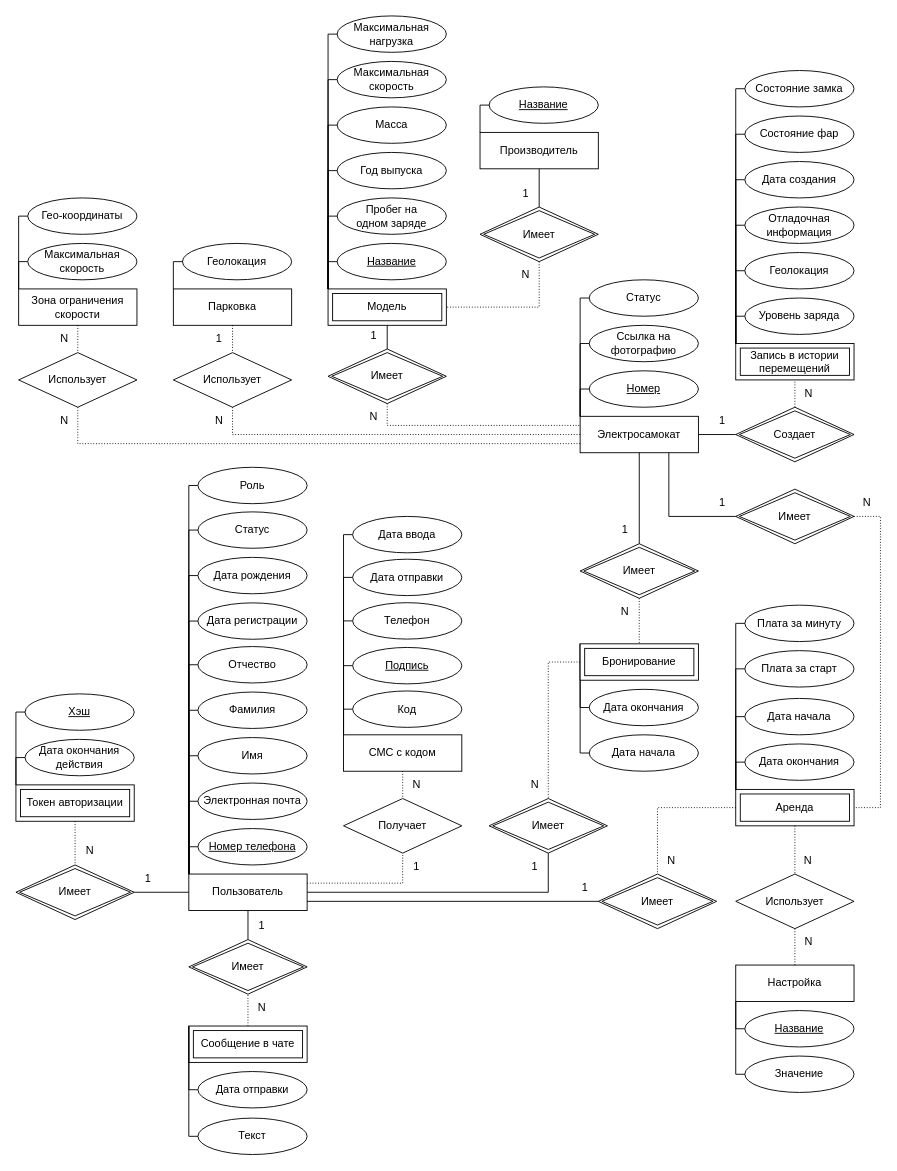
Before: docs/inc/img/er.drawio in matveycodes/bmstu-db-cw, a draw.io diagram. Source tidied: cells renumbered, new cells numbered last; positions are measured from the earlier drawing's top-left corner, leaving out a move shared by most shapes. Both pictures are drawn from the tidied source at 91%, with x=0, y=0 at pixel (15, 15).
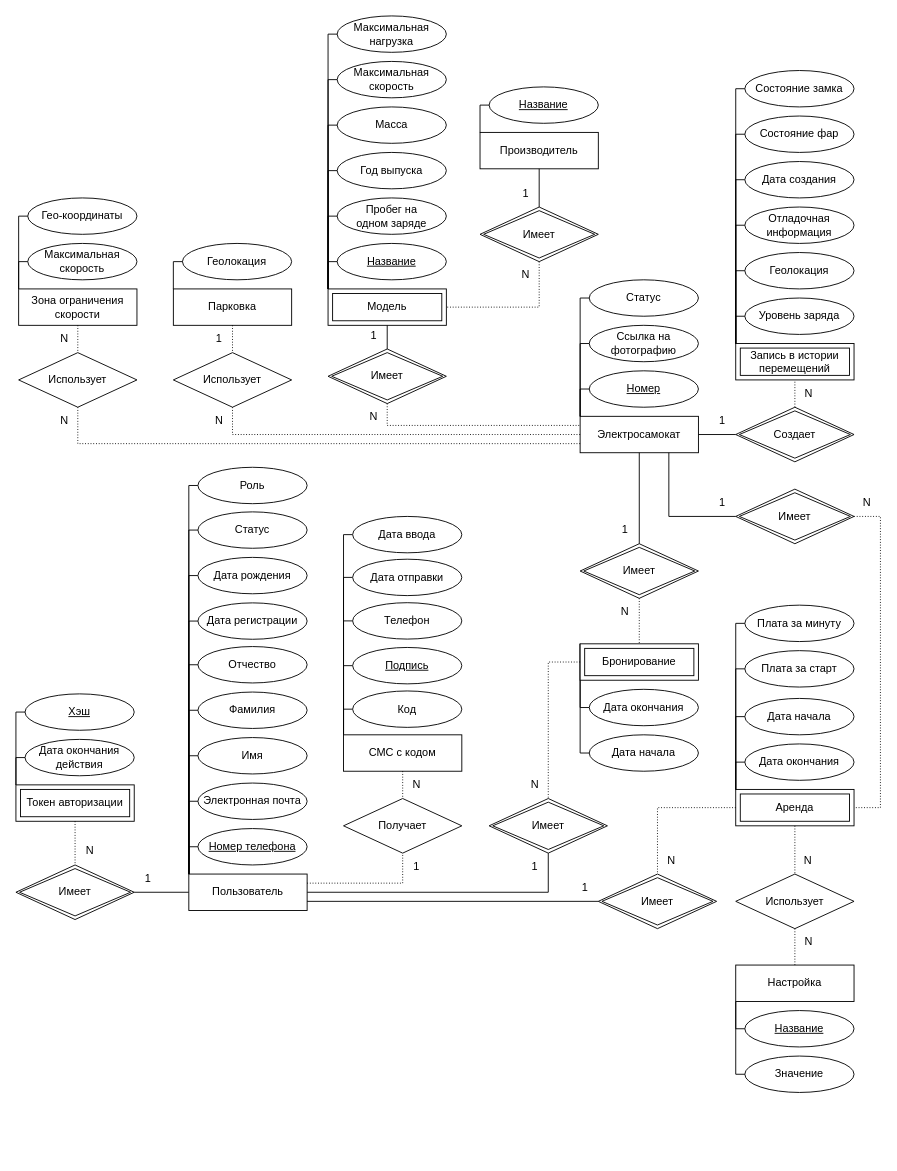
Above is the later version.

Unchanged cells that the change refers to:
```xml
<mxCell id="119" value="Пользователь" style="rounded=0;whiteSpace=wrap;html=1;fontSize=12;" parent="1" vertex="1">
  <mxGeometry x="190" y="943" width="130" height="40" as="geometry" />
</mxCell>
```

Diff of the diagram source:
```diff
@@
-    <mxCell id="107" style="endArrow=none;html=1;rounded=0;dashed=1;dashPattern=1 2;entryX=0.5;entryY=1;entryDx=0;entryDy=0;exitX=0.5;exitY=0;exitDx=0;exitDy=0;fontSize=12;" parent="1" edge="1" source="142" target="153">
-      <mxGeometry relative="1" as="geometry" />
-    </mxCell>
-    <mxCell id="108" style="endArrow=none;html=1;rounded=0;exitX=0.5;exitY=1;exitDx=0;exitDy=0;entryX=0.5;entryY=0;entryDx=0;entryDy=0;fontSize=12;" parent="1" edge="1" source="119" target="153">
-      <mxGeometry relative="1" as="geometry" />
-    </mxCell>
@@
-    <mxCell id="142" value="Сообщение в чате" style="shape=ext;margin=3;double=1;whiteSpace=wrap;html=1;align=center;fontSize=12;" parent="1" vertex="1">
-      <mxGeometry x="190" y="1110" width="130" height="40" as="geometry" />
-    </mxCell>
-    <mxCell id="143" style="edgeStyle=orthogonalEdgeStyle;rounded=0;jettySize=auto;html=1;exitX=0;exitY=0;exitDx=0;exitDy=0;entryX=0;entryY=0.5;entryDx=0;entryDy=0;endArrow=none;endFill=0;fontSize=12;" parent="1" edge="1" source="142" target="145">
-      <mxGeometry relative="1" as="geometry">
-        <Array as="points">
-          <mxPoint x="190" y="1231.2" />
-        </Array>
-      </mxGeometry>
-    </mxCell>
-    <mxCell id="144" style="edgeStyle=orthogonalEdgeStyle;rounded=0;jettySize=auto;html=1;exitX=0;exitY=0;exitDx=0;exitDy=0;entryX=0;entryY=0.5;entryDx=0;entryDy=0;endArrow=none;endFill=0;fontSize=12;" parent="1" edge="1" source="142" target="146">
-      <mxGeometry relative="1" as="geometry">
-        <Array as="points">
-          <mxPoint x="190" y="1180.2" />
-        </Array>
-      </mxGeometry>
-    </mxCell>
-    <mxCell id="145" value="Текст" style="ellipse;whiteSpace=wrap;html=1;fontSize=12;" parent="1" vertex="1">
-      <mxGeometry x="200" y="1211.2" width="120" height="40" as="geometry" />
-    </mxCell>
-    <mxCell id="146" value="Дата отправки" style="ellipse;whiteSpace=wrap;html=1;fontSize=12;" parent="1" vertex="1">
-      <mxGeometry x="200" y="1160" width="120" height="40" as="geometry" />
-    </mxCell>
@@
-    <mxCell id="153" value="Имеет" style="shape=rhombus;double=1;perimeter=rhombusPerimeter;whiteSpace=wrap;html=1;align=center;fontFamily=Helvetica;fontSize=12;fontColor=default;" parent="1" vertex="1">
-      <mxGeometry x="190" y="1015" width="130" height="60" as="geometry" />
-    </mxCell>
@@
-    <mxCell id="166" value="1" style="text;html=1;align=center;verticalAlign=middle;strokeColor=none;fillColor=none;shadow=0;glass=0;spacing=2;fontSize=12;" parent="1" vertex="1">
-      <mxGeometry x="255" y="985" width="30" height="30" as="geometry" />
-    </mxCell>
-    <mxCell id="167" value="N" style="text;html=1;align=center;verticalAlign=middle;strokeColor=none;fillColor=none;shadow=0;glass=0;spacing=2;fontSize=12;" parent="1" vertex="1">
-      <mxGeometry x="255" y="1075" width="30" height="30" as="geometry" />
-    </mxCell>
```
